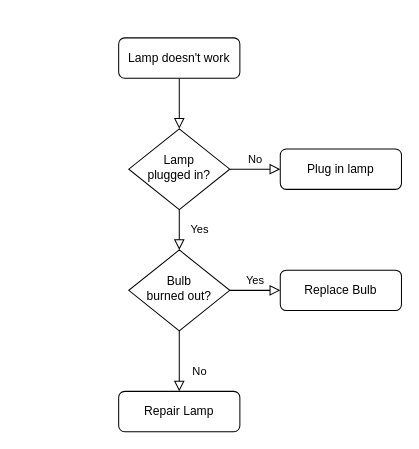
Before: 제목 없는 다이어그램.drawio in jungi21cc/jungi21cc.github.io, a draw.io diagram. Source tidied: cells renumbered, new cells numbered last; positions are measured from the earlier drawing's top-left corner, leaving out a move shared by most shapes. Both pictures are drawn from the tidied source at 101%, with x=0, y=0 at pixel (118, 37).
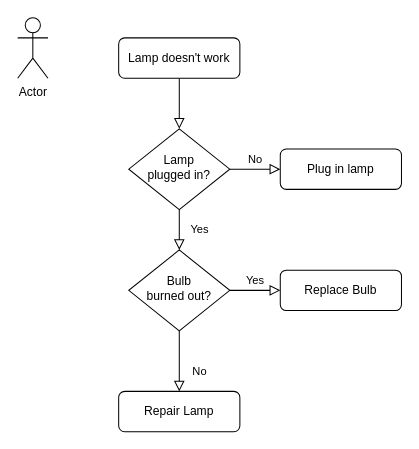
The same diagram, later.

Commit message:
제목 없는 다이어그램.drawio 업데이트

What changed in the source:
```diff
@@
 <mxGraphModel>
   <root>
     <mxCell id="0" />
     <mxCell id="1" parent="0" />
     <mxCell id="2" style="rounded=0;html=1;jettySize=auto;fontSize=11;endArrow=block;endFill=0;endSize=8;strokeWidth=1;shadow=0;labelBackgroundColor=none;edgeStyle=orthogonalEdgeStyle;" parent="1" edge="1" source="3" target="6">
       <mxGeometry relative="1" as="geometry" />
     </mxCell>
     <mxCell id="3" value="Lamp doesn't work" style="rounded=1;whiteSpace=wrap;html=1;fontSize=12;glass=0;strokeWidth=1;shadow=0;" parent="1" vertex="1">
       <mxGeometry width="120" height="40" as="geometry" />
     </mxCell>
     <mxCell id="4" value="Yes" style="rounded=0;html=1;jettySize=auto;fontSize=11;endArrow=block;endFill=0;endSize=8;strokeWidth=1;shadow=0;labelBackgroundColor=none;edgeStyle=orthogonalEdgeStyle;" parent="1" edge="1" source="6" target="10">
       <mxGeometry y="20" relative="1" as="geometry" />
     </mxCell>
     <mxCell id="5" value="No" style="edgeStyle=orthogonalEdgeStyle;rounded=0;html=1;jettySize=auto;fontSize=11;endArrow=block;endFill=0;endSize=8;strokeWidth=1;shadow=0;labelBackgroundColor=none;" parent="1" edge="1" source="6" target="7">
       <mxGeometry y="10" relative="1" as="geometry" />
     </mxCell>
     <mxCell id="6" value="Lamp&lt;br&gt;plugged in?" style="rhombus;whiteSpace=wrap;html=1;shadow=0;fontFamily=Helvetica;fontSize=12;align=center;strokeWidth=1;spacing=6;spacingTop=-4;" parent="1" vertex="1">
       <mxGeometry x="10" y="90" width="100" height="80" as="geometry" />
     </mxCell>
     <mxCell id="7" value="Plug in lamp" style="rounded=1;whiteSpace=wrap;html=1;fontSize=12;glass=0;strokeWidth=1;shadow=0;" parent="1" vertex="1">
       <mxGeometry x="160" y="110" width="120" height="40" as="geometry" />
     </mxCell>
     <mxCell id="8" value="No" style="rounded=0;html=1;jettySize=auto;fontSize=11;endArrow=block;endFill=0;endSize=8;strokeWidth=1;shadow=0;labelBackgroundColor=none;edgeStyle=orthogonalEdgeStyle;" parent="1" edge="1" source="10" target="11">
       <mxGeometry x="0.33" y="20" relative="1" as="geometry" />
     </mxCell>
     <mxCell id="9" value="Yes" style="edgeStyle=orthogonalEdgeStyle;rounded=0;html=1;jettySize=auto;fontSize=11;endArrow=block;endFill=0;endSize=8;strokeWidth=1;shadow=0;labelBackgroundColor=none;" parent="1" edge="1" source="10" target="12">
       <mxGeometry y="10" relative="1" as="geometry" />
     </mxCell>
     <mxCell id="10" value="Bulb&lt;br&gt;burned out?" style="rhombus;whiteSpace=wrap;html=1;shadow=0;fontFamily=Helvetica;fontSize=12;align=center;strokeWidth=1;spacing=6;spacingTop=-4;" parent="1" vertex="1">
       <mxGeometry x="10" y="210" width="100" height="80" as="geometry" />
     </mxCell>
     <mxCell id="11" value="Repair Lamp" style="rounded=1;whiteSpace=wrap;html=1;fontSize=12;glass=0;strokeWidth=1;shadow=0;" parent="1" vertex="1">
       <mxGeometry y="350" width="120" height="40" as="geometry" />
     </mxCell>
     <mxCell id="12" value="Replace Bulb" style="rounded=1;whiteSpace=wrap;html=1;fontSize=12;glass=0;strokeWidth=1;shadow=0;" parent="1" vertex="1">
       <mxGeometry x="160" y="230" width="120" height="40" as="geometry" />
     </mxCell>
+    <mxCell id="13" value="Actor" style="shape=umlActor;verticalLabelPosition=bottom;verticalAlign=top;html=1;" parent="1" vertex="1">
+      <mxGeometry x="-100" y="-20" width="30" height="60" as="geometry" />
+    </mxCell>
   </root>
 </mxGraphModel>
```
